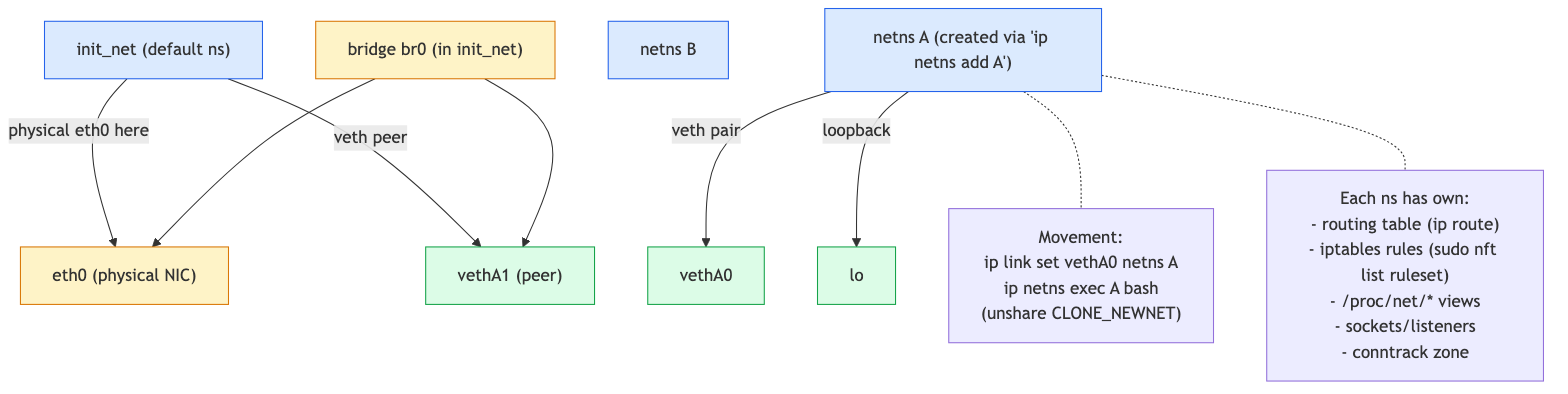
biefy/books keeps this Mermaid diagram as linux-net/src/diagrams/day05_topology.png. Above is the earlier version. Its source is kept beside it as linux-net/src/diagrams/src/day05_topology.mmd. Source of this version:
```mermaid
flowchart TD
    Init["init_net (default ns)"]
    A["netns A (created via 'ip netns add A')"]
    B["netns B"]

    Init -- "physical eth0 here" --> Eth0["eth0 (physical NIC)"]

    A -- "veth pair" --> VethA["vethA0"]
    A -- "loopback" --> LoA["lo"]
    Init -- "veth peer" --> VethB["vethA1 (peer)"]

    Br["bridge br0 (in init_net)"] --> VethB
    Br --> Eth0

    Note1["Movement:<br/>ip link set vethA0 netns A<br/>ip netns exec A bash<br/>(unshare CLONE_NEWNET)"]

    Note2["Each ns has own:<br/>- routing table (ip route)<br/>- iptables rules (sudo nft list ruleset)<br/>- /proc/net/* views<br/>- sockets/listeners<br/>- conntrack zone"]

    A -.- Note1
    A -.- Note2

    classDef ns fill:#dbeafe,stroke:#2563eb
    classDef phys fill:#fef3c7,stroke:#d97706
    classDef veth fill:#dcfce7,stroke:#16a34a
    class Init,A,B ns
    class Eth0,Br phys
    class VethA,VethB,LoA veth
```
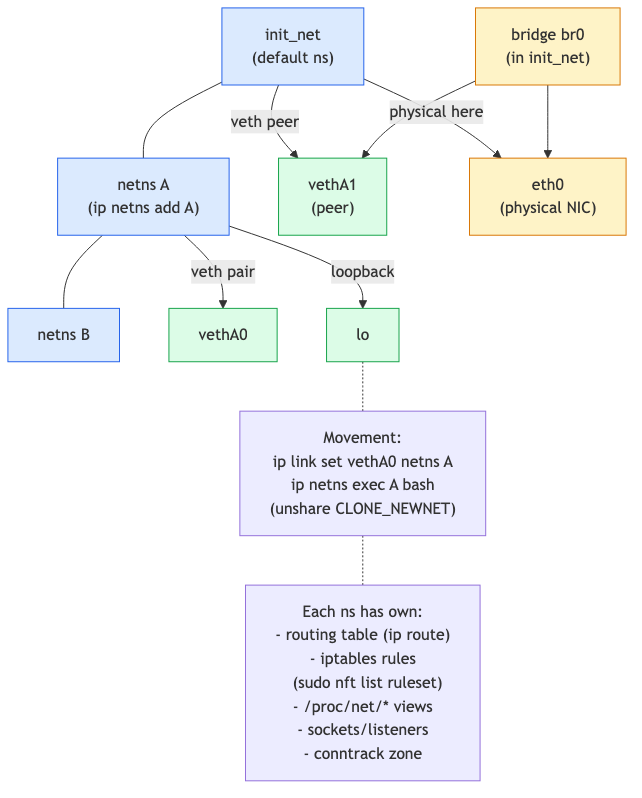
The same diagram one commit later.

What changed in the source:
```diff
@@ -1,23 +1,21 @@
 flowchart TD
-    Init["init_net (default ns)"]
-    A["netns A (created via 'ip netns add A')"]
+    Init["init_net<br/>(default ns)"]
+    A["netns A<br/>(ip netns add A)"]
     B["netns B"]
 
-    Init -- "physical eth0 here" --> Eth0["eth0 (physical NIC)"]
+    Init -- "veth peer" --> VethB["vethA1<br/>(peer)"]
+    Init -- "physical here" --> Eth0["eth0<br/>(physical NIC)"]
+
+    Br["bridge br0<br/>(in init_net)"] --> VethB
+    Br --> Eth0
 
     A -- "veth pair" --> VethA["vethA0"]
     A -- "loopback" --> LoA["lo"]
-    Init -- "veth peer" --> VethB["vethA1 (peer)"]
+    Init --- A
+    A --- B
 
-    Br["bridge br0 (in init_net)"] --> VethB
-    Br --> Eth0
-
-    Note1["Movement:<br/>ip link set vethA0 netns A<br/>ip netns exec A bash<br/>(unshare CLONE_NEWNET)"]
-
-    Note2["Each ns has own:<br/>- routing table (ip route)<br/>- iptables rules (sudo nft list ruleset)<br/>- /proc/net/* views<br/>- sockets/listeners<br/>- conntrack zone"]
-
-    A -.- Note1
-    A -.- Note2
+    LoA -.- Note1["Movement:<br/>ip link set vethA0 netns A<br/>ip netns exec A bash<br/>(unshare CLONE_NEWNET)"]
+    Note1 -.- Note2["Each ns has own:<br/>- routing table (ip route)<br/>- iptables rules<br/>&nbsp;&nbsp;(sudo nft list ruleset)<br/>- /proc/net/* views<br/>- sockets/listeners<br/>- conntrack zone"]
 
     classDef ns fill:#dbeafe,stroke:#2563eb
     classDef phys fill:#fef3c7,stroke:#d97706
```
